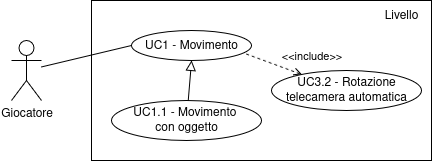
Earlier version of the draw.io export Documentazione/source/imgs/uc-movimento.png (fliposab/ProgettoStage). Source tidied: cells renumbered, new cells last; positions are measured from the earlier drawing's top-left corner, leaving out a move shared by most shapes.
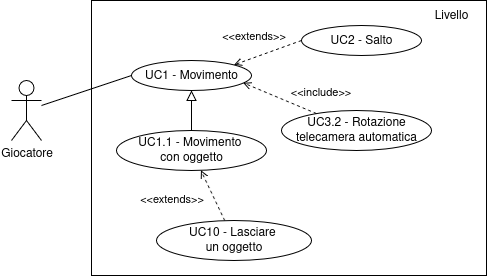
Later version of the same file.

The edit, as a diff of the source:
```diff
@@ -3,30 +3,30 @@
     <mxCell id="0" />
     <mxCell id="1" parent="0" />
     <mxCell id="2" style="rounded=0;whiteSpace=wrap;html=1;gradientColor=none;" parent="1" vertex="1">
-      <mxGeometry x="80" width="340" height="160" as="geometry" />
+      <mxGeometry x="85" y="-125" width="395" height="275" as="geometry" />
     </mxCell>
     <mxCell id="3" style="rounded=0;jettySize=auto;html=1;entryX=0;entryY=0.5;entryDx=0;entryDy=0;endArrow=none;startFill=0;" parent="1" edge="1" source="4" target="5">
       <mxGeometry relative="1" as="geometry" />
     </mxCell>
     <mxCell id="4" value="Giocatore" style="shape=umlActor;verticalLabelPosition=bottom;verticalAlign=top;html=1;outlineConnect=0;" parent="1" vertex="1">
-      <mxGeometry y="40" width="30" height="60" as="geometry" />
+      <mxGeometry x="5" y="-45" width="30" height="60" as="geometry" />
     </mxCell>
     <mxCell id="5" value="UC1 - Movimento" style="ellipse;whiteSpace=wrap;html=1;" parent="1" vertex="1">
-      <mxGeometry x="120" y="30" width="120" height="30" as="geometry" />
+      <mxGeometry x="125" y="-65" width="120" height="30" as="geometry" />
     </mxCell>
     <mxCell id="6" value="Livello" style="text;html=1;align=center;verticalAlign=middle;whiteSpace=wrap;rounded=0;" parent="1" vertex="1">
-      <mxGeometry x="360" width="60" height="30" as="geometry" />
+      <mxGeometry x="415" y="-125" width="60" height="30" as="geometry" />
     </mxCell>
     <mxCell id="7" style="edgeStyle=none;curved=1;rounded=0;jettySize=auto;html=1;entryX=0.5;entryY=1;entryDx=0;entryDy=0;fontSize=12;startSize=8;endSize=8;endArrow=block;endFill=0;" parent="1" edge="1" source="8" target="5">
       <mxGeometry relative="1" as="geometry" />
     </mxCell>
     <mxCell id="8" value="&lt;div&gt;UC1.1 - Movimento&amp;nbsp;&lt;/div&gt;&lt;div&gt;con oggetto&lt;/div&gt;" style="ellipse;whiteSpace=wrap;html=1;" parent="1" vertex="1">
-      <mxGeometry x="100" y="100" width="150" height="40" as="geometry" />
+      <mxGeometry x="110" y="5" width="150" height="40" as="geometry" />
     </mxCell>
     <mxCell id="9" value="&lt;div&gt;UC3.2 - Rotazione&lt;/div&gt;&lt;div&gt;telecamera automatica&lt;/div&gt;" style="ellipse;whiteSpace=wrap;html=1;" parent="1" vertex="1">
-      <mxGeometry x="260" y="70" width="150" height="40" as="geometry" />
+      <mxGeometry x="275" y="-15" width="150" height="40" as="geometry" />
     </mxCell>
-    <mxCell id="10" style="rounded=0;jettySize=auto;html=1;entryX=0.932;entryY=0.747;entryDx=0;entryDy=0;entryPerimeter=0;endArrow=none;endFill=0;dashed=1;startArrow=open;startFill=0;" parent="1" edge="1" source="9" target="5">
+    <mxCell id="10" style="rounded=0;jettySize=auto;html=1;entryX=0.932;entryY=0.747;entryDx=0;entryDy=0;entryPerimeter=0;endArrow=open;endFill=0;dashed=1;" parent="1" edge="1" source="9" target="5">
       <mxGeometry relative="1" as="geometry" />
     </mxCell>
     <mxCell id="11" value="&amp;lt;&amp;lt;include&amp;gt;&amp;gt;" style="edgeLabel;html=1;align=center;verticalAlign=middle;labelBackgroundColor=none;" parent="10" vertex="1">
@@ -34,5 +34,27 @@
         <mxPoint x="29" y="-12" as="offset" />
       </mxGeometry>
     </mxCell>
+    <mxCell id="12" value="UC2 - Salto" style="ellipse;whiteSpace=wrap;html=1;" parent="1" vertex="1">
+      <mxGeometry x="295" y="-100" width="120" height="30" as="geometry" />
+    </mxCell>
+    <mxCell id="13" style="rounded=0;jettySize=auto;html=1;entryX=1;entryY=0;entryDx=0;entryDy=0;endArrow=open;endFill=0;dashed=1;exitX=0;exitY=0.5;exitDx=0;exitDy=0;" parent="1" edge="1" source="12" target="5">
+      <mxGeometry relative="1" as="geometry" />
+    </mxCell>
+    <mxCell id="14" value="&amp;lt;&amp;lt;extends&amp;gt;&amp;gt;" style="edgeLabel;html=1;align=center;verticalAlign=middle;labelBackgroundColor=none;" parent="13" vertex="1">
+      <mxGeometry x="-0.32" y="1" relative="1" as="geometry">
+        <mxPoint x="-26" y="-14" as="offset" />
+      </mxGeometry>
+    </mxCell>
+    <mxCell id="15" style="rounded=0;jettySize=auto;html=1;dashed=1;endArrow=open;endFill=0;endSize=6;" parent="1" edge="1" source="17" target="8">
+      <mxGeometry relative="1" as="geometry" />
+    </mxCell>
+    <mxCell id="16" value="&amp;lt;&amp;lt;extends&amp;gt;&amp;gt;" style="edgeLabel;html=1;align=center;verticalAlign=middle;" parent="15" vertex="1">
+      <mxGeometry x="-0.12" y="3" relative="1" as="geometry">
+        <mxPoint x="-40" as="offset" />
+      </mxGeometry>
+    </mxCell>
+    <mxCell id="17" value="&lt;div&gt;UC10 - Lasciare&amp;nbsp;&lt;/div&gt;&lt;div&gt;un oggetto&lt;/div&gt;" style="ellipse;whiteSpace=wrap;html=1;" parent="1" vertex="1">
+      <mxGeometry x="150" y="95" width="155" height="40" as="geometry" />
+    </mxCell>
   </root>
 </mxGraphModel>
```
